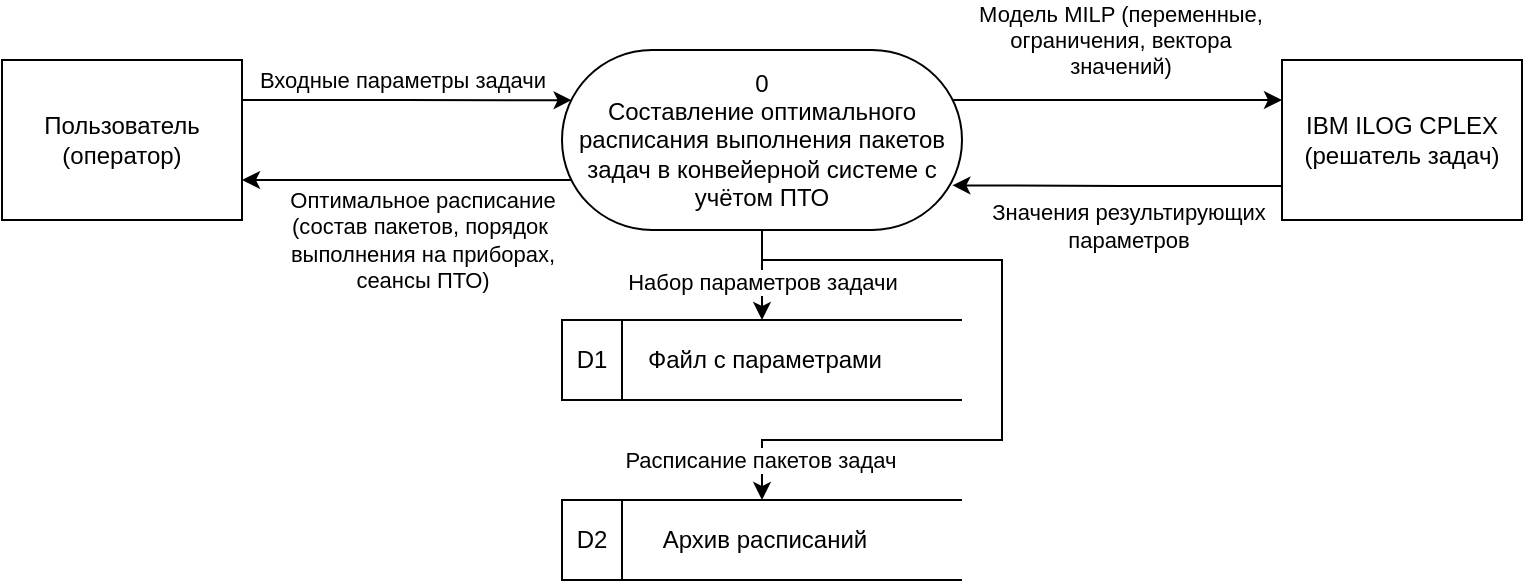
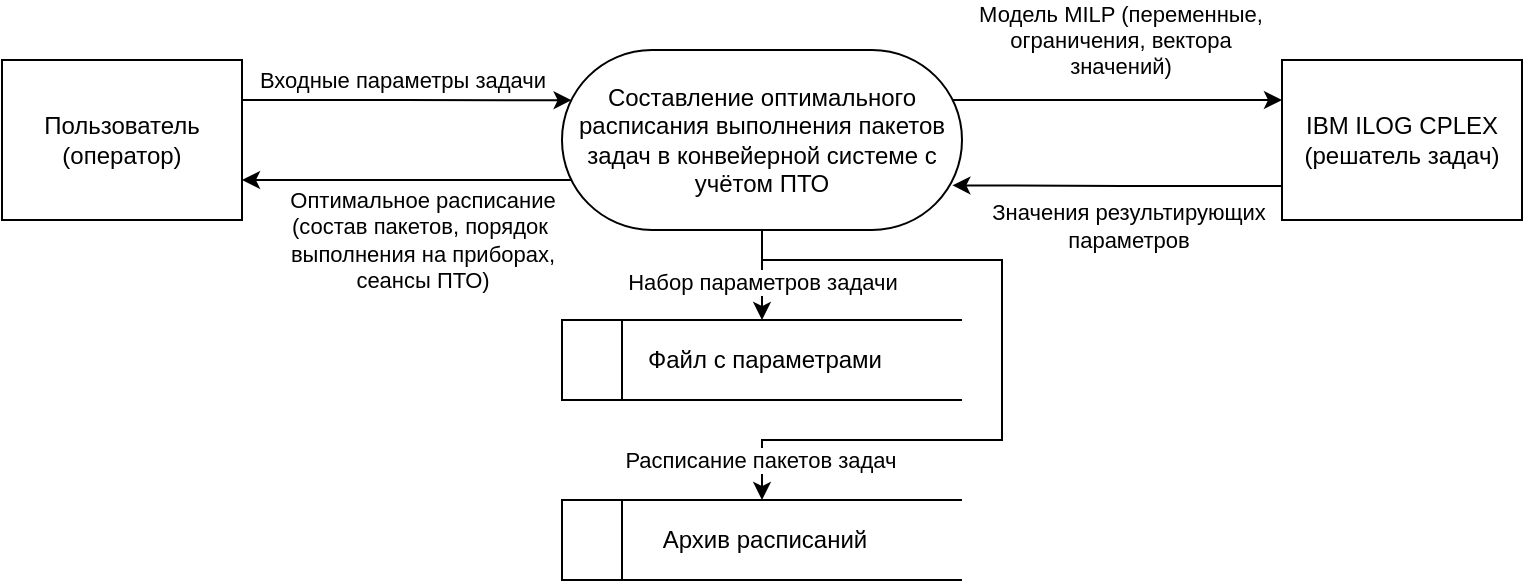
<mxfile host="Electron" pages="2">
-   <diagram name="DFD" id="mo806v944rZtwxLzmnAA">
-     <mxGraphModel dx="816" dy="524" grid="0" gridSize="10" guides="1" tooltips="1" connect="1" arrows="1" fold="1" page="1" pageScale="1" pageWidth="827" pageHeight="1169" math="0" shadow="0">
+   <diagram name="А-0" id="mo806v944rZtwxLzmnAA">
+     <mxGraphModel dx="935" dy="524" grid="0" gridSize="10" guides="1" tooltips="1" connect="1" arrows="1" fold="1" page="1" pageScale="1" pageWidth="827" pageHeight="1169" math="0" shadow="0">
      <root>
        <mxCell id="0" />
        <mxCell id="1" parent="0" />
        <mxCell id="G5_L5BGj42o9LCg_BFvx-21" edge="1" parent="1" source="bPZZlISa8Zn4KZ80y2I3-12" style="edgeStyle=orthogonalEdgeStyle;rounded=0;orthogonalLoop=1;jettySize=auto;html=1;exitX=0.5;exitY=0.5;exitDx=0;exitDy=40;exitPerimeter=0;entryX=0.5;entryY=0;entryDx=0;entryDy=0;" target="bPZZlISa8Zn4KZ80y2I3-37">
          <mxGeometry relative="1" as="geometry">
            <Array as="points">
              <mxPoint x="420" y="370" />
              <mxPoint x="420" y="370" />
            </Array>
          </mxGeometry>
        </mxCell>
        <mxCell id="G5_L5BGj42o9LCg_BFvx-22" connectable="0" parent="G5_L5BGj42o9LCg_BFvx-21" style="edgeLabel;html=1;align=center;verticalAlign=middle;resizable=0;points=[];" value="Набор параметров задачи" vertex="1">
          <mxGeometry relative="1" x="-0.1492" y="-1" as="geometry">
            <mxPoint x="1" y="9" as="offset" />
          </mxGeometry>
        </mxCell>
        <mxCell id="G5_L5BGj42o9LCg_BFvx-23" edge="1" parent="1" source="bPZZlISa8Zn4KZ80y2I3-12" style="edgeStyle=orthogonalEdgeStyle;rounded=0;orthogonalLoop=1;jettySize=auto;html=1;entryX=0.5;entryY=0;entryDx=0;entryDy=0;" target="bPZZlISa8Zn4KZ80y2I3-31">
          <mxGeometry relative="1" as="geometry">
            <Array as="points">
              <mxPoint x="420" y="370" />
              <mxPoint x="540" y="370" />
              <mxPoint x="540" y="460" />
              <mxPoint x="420" y="460" />
            </Array>
          </mxGeometry>
        </mxCell>
        <mxCell id="G5_L5BGj42o9LCg_BFvx-24" connectable="0" parent="G5_L5BGj42o9LCg_BFvx-23" style="edgeLabel;html=1;align=center;verticalAlign=middle;resizable=0;points=[];" value="Расписание пакетов задач" vertex="1">
          <mxGeometry relative="1" x="0.6228" y="-1" as="geometry">
            <mxPoint x="-42" y="11" as="offset" />
          </mxGeometry>
        </mxCell>
-         <mxCell id="bPZZlISa8Zn4KZ80y2I3-12" parent="1" style="html=1;dashed=0;whiteSpace=wrap;shape=mxgraph.dfd.start" value="0&lt;br&gt;Составление оптимального расписания выполнения пакетов задач в конвейерной системе с учётом ПТО" vertex="1">
+         <mxCell id="bPZZlISa8Zn4KZ80y2I3-12" parent="1" style="html=1;dashed=0;whiteSpace=wrap;shape=mxgraph.dfd.start" value="Составление оптимального расписания выполнения пакетов задач в конвейерной системе с учётом ПТО" vertex="1">
          <mxGeometry height="90" width="200" x="320" y="265" as="geometry" />
        </mxCell>
        <mxCell id="bPZZlISa8Zn4KZ80y2I3-34" parent="1" style="html=1;dashed=0;whiteSpace=wrap;" value="Пользователь (оператор)" vertex="1">
          <mxGeometry height="80" width="120" x="40" y="270" as="geometry" />
        </mxCell>
        <mxCell id="G5_L5BGj42o9LCg_BFvx-5" edge="1" parent="1" source="bPZZlISa8Zn4KZ80y2I3-34" style="edgeStyle=orthogonalEdgeStyle;rounded=0;orthogonalLoop=1;jettySize=auto;html=1;exitX=1;exitY=0.25;exitDx=0;exitDy=0;entryX=0.024;entryY=0.279;entryDx=0;entryDy=0;entryPerimeter=0;" target="bPZZlISa8Zn4KZ80y2I3-12">
          <mxGeometry relative="1" as="geometry">
            <Array as="points" />
            <mxPoint x="310" y="290" as="targetPoint" />
          </mxGeometry>
        </mxCell>
        <mxCell id="G5_L5BGj42o9LCg_BFvx-7" connectable="0" parent="G5_L5BGj42o9LCg_BFvx-5" style="edgeLabel;html=1;align=center;verticalAlign=middle;resizable=0;points=[];" value="Входные параметры задачи" vertex="1">
          <mxGeometry relative="1" x="-0.0551" y="1" as="geometry">
            <mxPoint x="2" y="-9" as="offset" />
          </mxGeometry>
        </mxCell>
        <mxCell id="G5_L5BGj42o9LCg_BFvx-6" edge="1" parent="1" style="edgeStyle=orthogonalEdgeStyle;rounded=0;orthogonalLoop=1;jettySize=auto;html=1;entryX=1;entryY=0.75;entryDx=0;entryDy=0;" target="bPZZlISa8Zn4KZ80y2I3-34">
          <mxGeometry relative="1" as="geometry">
            <Array as="points">
              <mxPoint x="325" y="330" />
            </Array>
            <mxPoint x="325" y="330" as="sourcePoint" />
            <mxPoint x="199.99999999999994" y="330.04" as="targetPoint" />
          </mxGeometry>
        </mxCell>
        <mxCell id="G5_L5BGj42o9LCg_BFvx-8" connectable="0" parent="G5_L5BGj42o9LCg_BFvx-6" style="edgeLabel;html=1;align=center;verticalAlign=middle;resizable=0;points=[];" value="Оптимальное расписание &lt;br&gt;(состав пакетов, порядок&amp;nbsp;&lt;div&gt;выполнения на приборах, &lt;br&gt;сеансы ПТО)&lt;/div&gt;" vertex="1">
          <mxGeometry relative="1" x="0.0748" y="-2" as="geometry">
            <mxPoint x="13" y="32" as="offset" />
          </mxGeometry>
        </mxCell>
        <mxCell id="G5_L5BGj42o9LCg_BFvx-11" parent="1" style="html=1;dashed=0;whiteSpace=wrap;" value="IBM ILOG CPLEX (решатель задач)" vertex="1">
          <mxGeometry height="80" width="120" x="680" y="270" as="geometry" />
        </mxCell>
        <mxCell id="G5_L5BGj42o9LCg_BFvx-16" edge="1" parent="1" source="G5_L5BGj42o9LCg_BFvx-11" style="edgeStyle=orthogonalEdgeStyle;rounded=0;orthogonalLoop=1;jettySize=auto;html=1;exitX=0;exitY=0.25;exitDx=0;exitDy=0;verticalAlign=middle;startArrow=classic;startFill=1;endArrow=none;endFill=0;">
          <mxGeometry relative="1" as="geometry">
            <Array as="points">
              <mxPoint x="515" y="290" />
            </Array>
            <mxPoint x="520" y="290" as="targetPoint" />
          </mxGeometry>
        </mxCell>
        <mxCell id="G5_L5BGj42o9LCg_BFvx-19" connectable="0" parent="G5_L5BGj42o9LCg_BFvx-16" style="edgeLabel;html=1;align=center;verticalAlign=middle;resizable=0;points=[];" value="Модель MILP (переменные, &lt;br&gt;ограничения, вектора &lt;br&gt;значений)" vertex="1">
          <mxGeometry relative="1" x="-0.0761" y="1" as="geometry">
            <mxPoint x="-3" y="-31" as="offset" />
          </mxGeometry>
        </mxCell>
        <mxCell id="G5_L5BGj42o9LCg_BFvx-17" edge="1" parent="1" source="G5_L5BGj42o9LCg_BFvx-11" style="edgeStyle=orthogonalEdgeStyle;rounded=0;orthogonalLoop=1;jettySize=auto;html=1;exitX=0;exitY=0.75;exitDx=0;exitDy=0;entryX=0.976;entryY=0.752;entryDx=0;entryDy=0;entryPerimeter=0;" target="bPZZlISa8Zn4KZ80y2I3-12">
          <mxGeometry relative="1" as="geometry">
            <Array as="points">
              <mxPoint x="680" y="333" />
              <mxPoint x="600" y="333" />
            </Array>
          </mxGeometry>
        </mxCell>
        <mxCell id="G5_L5BGj42o9LCg_BFvx-20" connectable="0" parent="G5_L5BGj42o9LCg_BFvx-17" style="edgeLabel;html=1;align=center;verticalAlign=middle;resizable=0;points=[];" value="Значения результирующих &lt;br&gt;параметров" vertex="1">
          <mxGeometry relative="1" x="0.1922" y="-1" as="geometry">
            <mxPoint x="20" y="21" as="offset" />
          </mxGeometry>
        </mxCell>
        <mxCell id="QpJxfP00guwmXGXqoTbK-2" connectable="0" parent="1" style="group" value="" vertex="1">
          <mxGeometry height="40" width="200" x="320" y="400" as="geometry" />
        </mxCell>
        <mxCell id="bPZZlISa8Zn4KZ80y2I3-37" parent="QpJxfP00guwmXGXqoTbK-2" style="html=1;dashed=0;whiteSpace=wrap;shape=mxgraph.dfd.dataStoreID;align=center;spacingLeft=3;points=[[0,0],[0.5,0],[1,0],[0,0.5],[1,0.5],[0,1],[0.5,1],[1,1]];" value="&lt;span style=&quot;&quot;&gt;Файл с параметрами&lt;/span&gt;" vertex="1">
          <mxGeometry height="40" width="200" as="geometry" />
        </mxCell>
-         <mxCell id="QpJxfP00guwmXGXqoTbK-1" parent="QpJxfP00guwmXGXqoTbK-2" style="text;html=1;whiteSpace=wrap;strokeColor=none;fillColor=none;align=center;verticalAlign=middle;rounded=0;" value="D1" vertex="1">
-           <mxGeometry height="30" width="30" y="5" as="geometry" />
-         </mxCell>
        <mxCell id="QpJxfP00guwmXGXqoTbK-5" connectable="0" parent="1" style="group" value="" vertex="1">
          <mxGeometry height="40" width="200" x="320" y="490" as="geometry" />
        </mxCell>
        <mxCell id="bPZZlISa8Zn4KZ80y2I3-31" parent="QpJxfP00guwmXGXqoTbK-5" style="html=1;dashed=0;whiteSpace=wrap;shape=mxgraph.dfd.dataStoreID;align=center;spacingLeft=3;points=[[0,0],[0.5,0],[1,0],[0,0.5],[1,0.5],[0,1],[0.5,1],[1,1]];" value="Архив расписаний" vertex="1">
          <mxGeometry height="40" width="200" as="geometry" />
-         </mxCell>
-         <mxCell id="QpJxfP00guwmXGXqoTbK-3" parent="QpJxfP00guwmXGXqoTbK-5" style="text;html=1;whiteSpace=wrap;strokeColor=none;fillColor=none;align=center;verticalAlign=middle;rounded=0;" value="D2" vertex="1">
-           <mxGeometry height="30" width="30" y="5" as="geometry" />
        </mxCell>
      </root>
    </mxGraphModel>
  </diagram>
-   <diagram name="DFD decompose" id="yZlUQ_zTXnKlMwhLdB4-">
-     <mxGraphModel dx="1138" dy="216" grid="1" gridSize="10" guides="1" tooltips="1" connect="1" arrows="1" fold="1" page="0" pageScale="1" pageWidth="827" pageHeight="1169" math="0" shadow="0">
+   <diagram name="А-0" id="yZlUQ_zTXnKlMwhLdB4-">
+     <mxGraphModel dx="1100" dy="216" grid="0" gridSize="10" guides="1" tooltips="1" connect="1" arrows="1" fold="1" page="0" pageScale="1" pageWidth="827" pageHeight="1169" math="0" shadow="0">
      <root>
        <mxCell id="Q1I2YEHAu7ZJnoiD90BB-0" />
        <mxCell id="Q1I2YEHAu7ZJnoiD90BB-1" parent="Q1I2YEHAu7ZJnoiD90BB-0" />
        <mxCell id="nXpuAibHiEYlrnfpXQvQ-5" parent="Q1I2YEHAu7ZJnoiD90BB-1" style="html=1;dashed=0;whiteSpace=wrap;shape=mxgraph.dfd.dataStoreID;align=center;spacingLeft=3;points=[[0,0],[0.5,0],[1,0],[0,0.5],[1,0.5],[0,1],[0.5,1],[1,1]];" value="Архив расписаний" vertex="1">
          <mxGeometry height="40" width="200" x="1040" y="940" as="geometry" />
        </mxCell>
        <mxCell id="nXpuAibHiEYlrnfpXQvQ-6" parent="Q1I2YEHAu7ZJnoiD90BB-1" style="html=1;dashed=0;whiteSpace=wrap;" value="Пользователь (оператор)" vertex="1">
          <mxGeometry height="80" width="120" x="160" y="800" as="geometry" />
        </mxCell>
        <mxCell id="nXpuAibHiEYlrnfpXQvQ-12" parent="Q1I2YEHAu7ZJnoiD90BB-1" style="html=1;dashed=0;whiteSpace=wrap;" value="IBM ILOG CPLEX (решатель задач)" vertex="1">
          <mxGeometry height="80" width="120" x="850" y="950" as="geometry" />
        </mxCell>
        <mxCell id="brrGvNQB_5AKiFY4alIZ-14" edge="1" parent="Q1I2YEHAu7ZJnoiD90BB-1" source="brrGvNQB_5AKiFY4alIZ-0" style="edgeStyle=orthogonalEdgeStyle;rounded=0;orthogonalLoop=1;jettySize=auto;html=1;exitX=0.5;exitY=0.5;exitDx=0;exitDy=40;exitPerimeter=0;entryX=0.5;entryY=0;entryDx=0;entryDy=0;" target="nXpuAibHiEYlrnfpXQvQ-7">
          <mxGeometry relative="1" as="geometry" />
        </mxCell>
        <mxCell id="HSYwaSbYST0q-WANGJP_-2" connectable="0" parent="brrGvNQB_5AKiFY4alIZ-14" style="edgeLabel;html=1;align=center;verticalAlign=middle;resizable=0;points=[];" value="Структура парметров" vertex="1">
          <mxGeometry relative="1" x="-0.2614" as="geometry">
            <mxPoint as="offset" />
          </mxGeometry>
        </mxCell>
-         <mxCell id="brrGvNQB_5AKiFY4alIZ-0" parent="Q1I2YEHAu7ZJnoiD90BB-1" style="html=1;dashed=0;whiteSpace=wrap;shape=mxgraph.dfd.start" value="1.1&lt;br&gt;Ввод и валидация исходных данных" vertex="1">
+         <mxCell id="brrGvNQB_5AKiFY4alIZ-0" parent="Q1I2YEHAu7ZJnoiD90BB-1" style="html=1;dashed=0;whiteSpace=wrap;shape=mxgraph.dfd.start" value="Ввод и валидация исходных данных" vertex="1">
          <mxGeometry height="80" width="120" x="360" y="800" as="geometry" />
        </mxCell>
        <mxCell id="HSYwaSbYST0q-WANGJP_-1" edge="1" parent="Q1I2YEHAu7ZJnoiD90BB-1" source="brrGvNQB_5AKiFY4alIZ-1" style="edgeStyle=orthogonalEdgeStyle;rounded=0;orthogonalLoop=1;jettySize=auto;html=1;entryX=0.5;entryY=0;entryDx=0;entryDy=0;" target="HSYwaSbYST0q-WANGJP_-0">
          <mxGeometry relative="1" as="geometry" />
        </mxCell>
        <mxCell id="HSYwaSbYST0q-WANGJP_-3" connectable="0" parent="HSYwaSbYST0q-WANGJP_-1" style="edgeLabel;html=1;align=center;verticalAlign=middle;resizable=0;points=[];" value="Объект модели MILP" vertex="1">
          <mxGeometry relative="1" x="-0.1919" y="3" as="geometry">
            <mxPoint as="offset" />
          </mxGeometry>
        </mxCell>
-         <mxCell id="brrGvNQB_5AKiFY4alIZ-1" parent="Q1I2YEHAu7ZJnoiD90BB-1" style="html=1;dashed=0;whiteSpace=wrap;shape=mxgraph.dfd.start" value="1.2&lt;br&gt;Построение расширенной модели MILP" vertex="1">
+         <mxCell id="brrGvNQB_5AKiFY4alIZ-1" parent="Q1I2YEHAu7ZJnoiD90BB-1" style="html=1;dashed=0;whiteSpace=wrap;shape=mxgraph.dfd.start" value="Построение расширенной модели MILP" vertex="1">
          <mxGeometry height="80" width="120" x="600" y="800" as="geometry" />
        </mxCell>
        <mxCell id="HSYwaSbYST0q-WANGJP_-8" edge="1" parent="Q1I2YEHAu7ZJnoiD90BB-1" style="edgeStyle=orthogonalEdgeStyle;rounded=0;orthogonalLoop=1;jettySize=auto;html=1;exitX=0.5;exitY=0.5;exitDx=0;exitDy=40;exitPerimeter=0;entryX=0.334;entryY=0.03;entryDx=0;entryDy=0;entryPerimeter=0;">
          <mxGeometry relative="1" as="geometry">
            <mxPoint x="900" y="877.6000000000001" as="sourcePoint" />
            <mxPoint x="900.08" y="950" as="targetPoint" />
          </mxGeometry>
        </mxCell>
        <mxCell id="HSYwaSbYST0q-WANGJP_-10" connectable="0" parent="HSYwaSbYST0q-WANGJP_-8" style="edgeLabel;html=1;align=center;verticalAlign=middle;resizable=0;points=[];" value="Расширенная &lt;br&gt;модель MILP" vertex="1">
          <mxGeometry relative="1" x="-0.3793" y="1" as="geometry">
            <mxPoint x="-51" y="15" as="offset" />
          </mxGeometry>
        </mxCell>
-         <mxCell id="brrGvNQB_5AKiFY4alIZ-2" parent="Q1I2YEHAu7ZJnoiD90BB-1" style="html=1;dashed=0;whiteSpace=wrap;shape=mxgraph.dfd.start" value="1.3&lt;br&gt;Решение задачи оптимизации" vertex="1">
+         <mxCell id="brrGvNQB_5AKiFY4alIZ-2" parent="Q1I2YEHAu7ZJnoiD90BB-1" style="html=1;dashed=0;whiteSpace=wrap;shape=mxgraph.dfd.start" value="Решение задачи оптимизации" vertex="1">
          <mxGeometry height="80" width="120" x="850" y="800" as="geometry" />
        </mxCell>
        <mxCell id="brrGvNQB_5AKiFY4alIZ-12" edge="1" parent="Q1I2YEHAu7ZJnoiD90BB-1" source="brrGvNQB_5AKiFY4alIZ-3" style="edgeStyle=orthogonalEdgeStyle;rounded=0;orthogonalLoop=1;jettySize=auto;html=1;entryX=0.5;entryY=0;entryDx=0;entryDy=0;" target="nXpuAibHiEYlrnfpXQvQ-6">
          <mxGeometry relative="1" as="geometry">
            <Array as="points">
              <mxPoint x="1240" y="840" />
              <mxPoint x="1240" y="760" />
              <mxPoint x="220" y="760" />
            </Array>
          </mxGeometry>
        </mxCell>
        <mxCell id="brrGvNQB_5AKiFY4alIZ-13" connectable="0" parent="brrGvNQB_5AKiFY4alIZ-12" style="edgeLabel;html=1;align=center;verticalAlign=middle;resizable=0;points=[];" value="Оптимальное расписание выполнения пакетов задач с учётом ПТО приборов + диаграмма Ганта" vertex="1">
          <mxGeometry relative="1" x="0.0172" y="1" as="geometry">
            <mxPoint x="1" y="-11" as="offset" />
          </mxGeometry>
        </mxCell>
        <mxCell id="HSYwaSbYST0q-WANGJP_-12" edge="1" parent="Q1I2YEHAu7ZJnoiD90BB-1" source="brrGvNQB_5AKiFY4alIZ-3" style="edgeStyle=orthogonalEdgeStyle;rounded=0;orthogonalLoop=1;jettySize=auto;html=1;exitX=0.5;exitY=0.5;exitDx=0;exitDy=40;exitPerimeter=0;entryX=0.5;entryY=0;entryDx=0;entryDy=0;" target="nXpuAibHiEYlrnfpXQvQ-5">
          <mxGeometry relative="1" as="geometry" />
        </mxCell>
        <mxCell id="HSYwaSbYST0q-WANGJP_-13" connectable="0" parent="HSYwaSbYST0q-WANGJP_-12" style="edgeLabel;html=1;align=center;verticalAlign=middle;resizable=0;points=[];" value="Расписания пакетов задач" vertex="1">
          <mxGeometry relative="1" x="-0.2111" y="-3" as="geometry">
            <mxPoint as="offset" />
          </mxGeometry>
        </mxCell>
-         <mxCell id="brrGvNQB_5AKiFY4alIZ-3" parent="Q1I2YEHAu7ZJnoiD90BB-1" style="html=1;dashed=0;whiteSpace=wrap;shape=mxgraph.dfd.start" value="1.4&lt;br&gt;Постобработка и вывод результатов" vertex="1">
+         <mxCell id="brrGvNQB_5AKiFY4alIZ-3" parent="Q1I2YEHAu7ZJnoiD90BB-1" style="html=1;dashed=0;whiteSpace=wrap;shape=mxgraph.dfd.start" value="Постобработка и вывод результатов" vertex="1">
          <mxGeometry height="80" width="120" x="1080" y="800" as="geometry" />
        </mxCell>
        <mxCell id="brrGvNQB_5AKiFY4alIZ-4" edge="1" parent="Q1I2YEHAu7ZJnoiD90BB-1" source="brrGvNQB_5AKiFY4alIZ-0" style="edgeStyle=orthogonalEdgeStyle;rounded=0;orthogonalLoop=1;jettySize=auto;html=1;exitX=1;exitY=0.5;exitDx=0;exitDy=0;exitPerimeter=0;entryX=0;entryY=0.5;entryDx=0;entryDy=0;entryPerimeter=0;" target="brrGvNQB_5AKiFY4alIZ-1">
          <mxGeometry relative="1" as="geometry" />
        </mxCell>
        <mxCell id="brrGvNQB_5AKiFY4alIZ-5" connectable="0" parent="brrGvNQB_5AKiFY4alIZ-4" style="edgeLabel;html=1;align=center;verticalAlign=middle;resizable=0;points=[];" value="Объект &lt;br&gt;валидированных &lt;br&gt;параметров" vertex="1">
          <mxGeometry relative="1" x="-0.525" y="2" as="geometry">
            <mxPoint x="31" y="-28" as="offset" />
          </mxGeometry>
        </mxCell>
        <mxCell id="brrGvNQB_5AKiFY4alIZ-6" edge="1" parent="Q1I2YEHAu7ZJnoiD90BB-1" source="brrGvNQB_5AKiFY4alIZ-1" style="edgeStyle=orthogonalEdgeStyle;rounded=0;orthogonalLoop=1;jettySize=auto;html=1;exitX=1;exitY=0.5;exitDx=0;exitDy=0;exitPerimeter=0;entryX=0;entryY=0.5;entryDx=0;entryDy=0;entryPerimeter=0;" target="brrGvNQB_5AKiFY4alIZ-2">
          <mxGeometry relative="1" as="geometry" />
        </mxCell>
        <mxCell id="brrGvNQB_5AKiFY4alIZ-7" connectable="0" parent="brrGvNQB_5AKiFY4alIZ-6" style="edgeLabel;html=1;align=center;verticalAlign=middle;resizable=0;points=[];" value="Объект модели &lt;br&gt;MILP (переменные,&amp;nbsp;&lt;div&gt;ограничения, значения&amp;nbsp;&lt;/div&gt;&lt;div&gt;параметров)&lt;/div&gt;" vertex="1">
          <mxGeometry relative="1" x="-0.275" y="3" as="geometry">
            <mxPoint x="13" y="-27" as="offset" />
          </mxGeometry>
        </mxCell>
        <mxCell id="brrGvNQB_5AKiFY4alIZ-8" edge="1" parent="Q1I2YEHAu7ZJnoiD90BB-1" source="brrGvNQB_5AKiFY4alIZ-2" style="edgeStyle=orthogonalEdgeStyle;rounded=0;orthogonalLoop=1;jettySize=auto;html=1;entryX=0;entryY=0.5;entryDx=0;entryDy=0;entryPerimeter=0;" target="brrGvNQB_5AKiFY4alIZ-3">
          <mxGeometry relative="1" as="geometry" />
        </mxCell>
        <mxCell id="brrGvNQB_5AKiFY4alIZ-9" connectable="0" parent="brrGvNQB_5AKiFY4alIZ-8" style="edgeLabel;html=1;align=center;verticalAlign=middle;resizable=0;points=[];" value="Вектора значений&lt;br&gt;результирующих &lt;br&gt;параметров" vertex="1">
          <mxGeometry relative="1" x="-0.3" y="1" as="geometry">
            <mxPoint x="11" y="-29" as="offset" />
          </mxGeometry>
        </mxCell>
        <mxCell id="brrGvNQB_5AKiFY4alIZ-10" edge="1" parent="Q1I2YEHAu7ZJnoiD90BB-1" source="nXpuAibHiEYlrnfpXQvQ-6" style="edgeStyle=orthogonalEdgeStyle;rounded=0;orthogonalLoop=1;jettySize=auto;html=1;entryX=0;entryY=0.5;entryDx=0;entryDy=0;entryPerimeter=0;" target="brrGvNQB_5AKiFY4alIZ-0">
          <mxGeometry relative="1" as="geometry" />
        </mxCell>
        <mxCell id="brrGvNQB_5AKiFY4alIZ-11" connectable="0" parent="brrGvNQB_5AKiFY4alIZ-10" style="edgeLabel;html=1;align=center;verticalAlign=middle;resizable=0;points=[];" value="Входные &lt;br&gt;параметры &lt;br&gt;задачи" vertex="1">
          <mxGeometry relative="1" x="-0.3575" y="-2" as="geometry">
            <mxPoint x="14" y="-32" as="offset" />
          </mxGeometry>
        </mxCell>
        <mxCell id="HSYwaSbYST0q-WANGJP_-5" connectable="0" parent="Q1I2YEHAu7ZJnoiD90BB-1" style="group" value="" vertex="1">
          <mxGeometry height="40" width="185" x="567.5" y="940" as="geometry" />
        </mxCell>
        <mxCell id="HSYwaSbYST0q-WANGJP_-0" parent="HSYwaSbYST0q-WANGJP_-5" style="html=1;dashed=0;whiteSpace=wrap;shape=mxgraph.dfd.dataStoreID;align=center;spacingLeft=3;points=[[0,0],[0.5,0],[1,0],[0,0.5],[1,0.5],[0,1],[0.5,1],[1,1]];" value="&amp;nbsp; &amp;nbsp;Файл с моделью" vertex="1">
          <mxGeometry height="40" width="185" as="geometry" />
        </mxCell>
-         <mxCell id="HSYwaSbYST0q-WANGJP_-4" parent="HSYwaSbYST0q-WANGJP_-5" style="text;html=1;whiteSpace=wrap;strokeColor=none;fillColor=none;align=center;verticalAlign=middle;rounded=0;" value="D2" vertex="1">
-           <mxGeometry height="30" width="30" y="5" as="geometry" />
-         </mxCell>
        <mxCell id="HSYwaSbYST0q-WANGJP_-7" connectable="0" parent="Q1I2YEHAu7ZJnoiD90BB-1" style="group" value="" vertex="1">
          <mxGeometry height="40" width="185" x="327.5" y="940" as="geometry" />
        </mxCell>
        <mxCell id="nXpuAibHiEYlrnfpXQvQ-7" parent="HSYwaSbYST0q-WANGJP_-7" style="html=1;dashed=0;whiteSpace=wrap;shape=mxgraph.dfd.dataStoreID;align=center;spacingLeft=3;points=[[0,0],[0.5,0],[1,0],[0,0.5],[1,0.5],[0,1],[0.5,1],[1,1]];" value="&amp;nbsp; &amp;nbsp;Файл с параметрами" vertex="1">
          <mxGeometry height="40" width="185" as="geometry" />
-         </mxCell>
-         <mxCell id="HSYwaSbYST0q-WANGJP_-6" parent="HSYwaSbYST0q-WANGJP_-7" style="text;html=1;whiteSpace=wrap;strokeColor=none;fillColor=none;align=center;verticalAlign=middle;rounded=0;" value="D1" vertex="1">
-           <mxGeometry height="30" width="30" y="5" as="geometry" />
        </mxCell>
        <mxCell id="HSYwaSbYST0q-WANGJP_-9" edge="1" parent="Q1I2YEHAu7ZJnoiD90BB-1" style="edgeStyle=orthogonalEdgeStyle;rounded=0;orthogonalLoop=1;jettySize=auto;html=1;exitX=0.75;exitY=0;exitDx=0;exitDy=0;">
          <mxGeometry relative="1" as="geometry">
            <Array as="points">
              <mxPoint x="920" y="920" />
              <mxPoint x="920" y="920" />
            </Array>
            <mxPoint x="920" y="950" as="sourcePoint" />
            <mxPoint x="920" y="880" as="targetPoint" />
          </mxGeometry>
        </mxCell>
        <mxCell id="HSYwaSbYST0q-WANGJP_-11" connectable="0" parent="HSYwaSbYST0q-WANGJP_-9" style="edgeLabel;html=1;align=center;verticalAlign=middle;resizable=0;points=[];" value="&lt;div&gt;Статус решения&lt;br&gt;и его параметры&lt;/div&gt;" vertex="1">
          <mxGeometry relative="1" x="0.2884" y="1" as="geometry">
            <mxPoint x="51" y="12" as="offset" />
          </mxGeometry>
        </mxCell>
      </root>
    </mxGraphModel>
  </diagram>
</mxfile>
